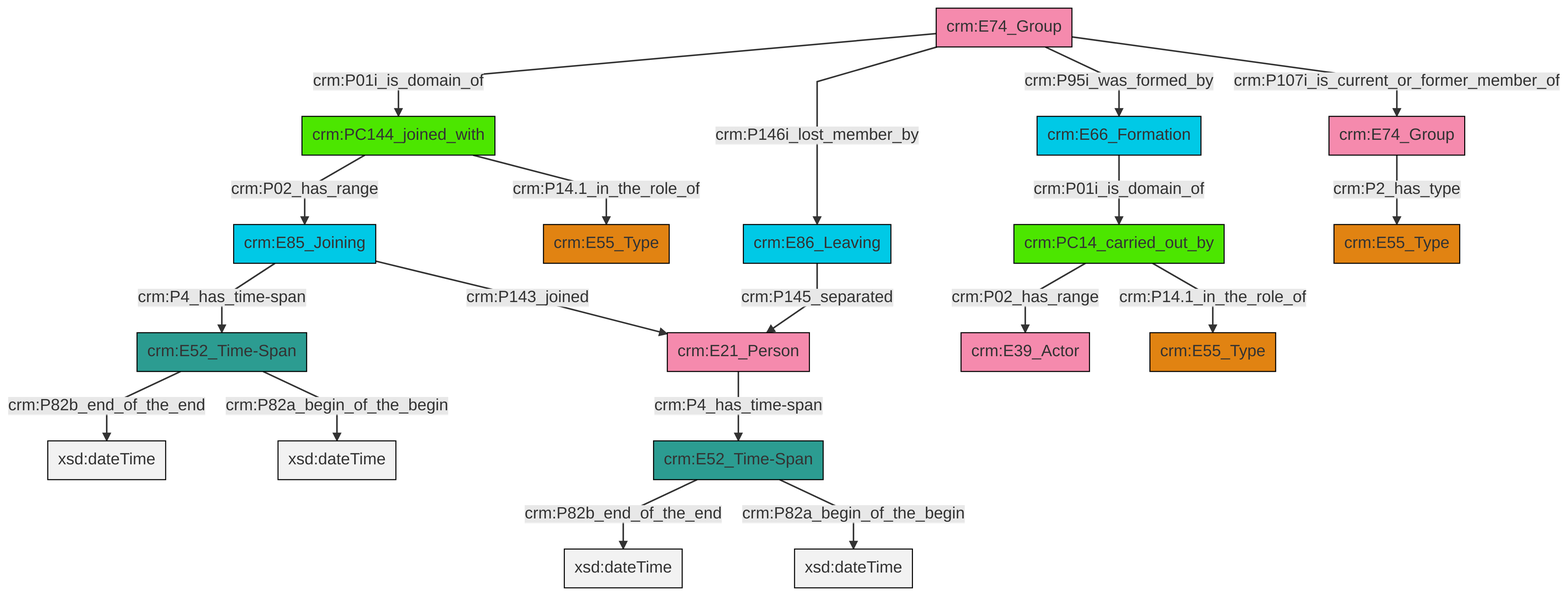
swiss-art-research-net/reference-data-models keeps this Mermaid diagram as et/groupCSV/ttl/mmd/png/group_actor_relations.png. Above is the earlier version. Its source is kept beside it as et/groupCSV/ttl/mmd/group_actor_relations.ttl.mmd.
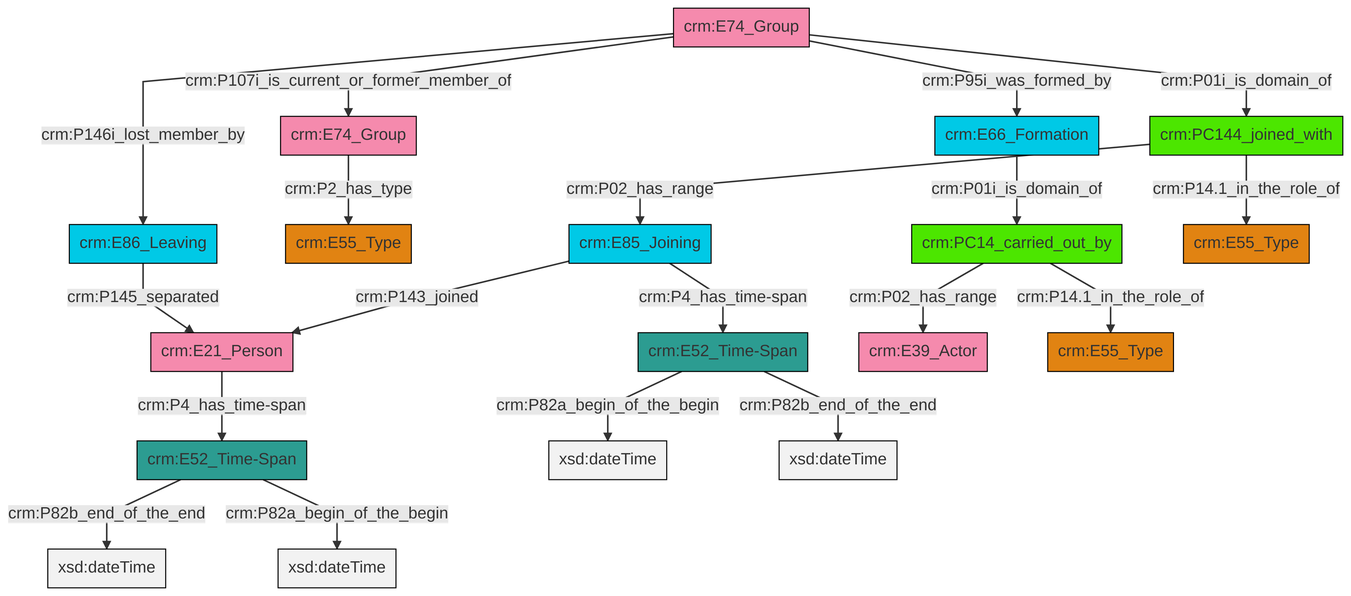
The same diagram one commit later.

Change to the diagram source:
```diff
@@ -13,21 +13,21 @@
 classDef PC_Classes fill:#4ce600, stroke:#000000;
 classDef Multi fill:#cccccc,stroke:#000000;
 
-0["crm:E74_Group"]:::Actor -->|crm:P01i_is_domain_of| 1["crm:PC144_joined_with"]:::PC_Classes
-0["crm:E74_Group"]:::Actor -->|crm:P146i_lost_member_by| 2["crm:E86_Leaving"]:::Temporal_Entity
-3["crm:E66_Formation"]:::Temporal_Entity -->|crm:P01i_is_domain_of| 7["crm:PC14_carried_out_by"]:::PC_Classes
-10["crm:E21_Person"]:::Actor -->|crm:P4_has_time-span| 11["crm:E52_Time-Span"]:::Time-Span
-2["crm:E86_Leaving"]:::Temporal_Entity -->|crm:P145_separated| 10["crm:E21_Person"]:::Actor
-18["crm:E52_Time-Span"]:::Time-Span -->|crm:P82b_end_of_the_end| 19[xsd:dateTime]:::Literal
-11["crm:E52_Time-Span"]:::Time-Span -->|crm:P82b_end_of_the_end| 20[xsd:dateTime]:::Literal
-0["crm:E74_Group"]:::Actor -->|crm:P95i_was_formed_by| 3["crm:E66_Formation"]:::Temporal_Entity
-22["crm:E74_Group"]:::Actor -->|crm:P2_has_type| 8["crm:E55_Type"]:::Type
-1["crm:PC144_joined_with"]:::PC_Classes -->|crm:P02_has_range| 13["crm:E85_Joining"]:::Temporal_Entity
-1["crm:PC144_joined_with"]:::PC_Classes -->|crm:P14.1_in_the_role_of| 16["crm:E55_Type"]:::Type
-13["crm:E85_Joining"]:::Temporal_Entity -->|crm:P4_has_time-span| 18["crm:E52_Time-Span"]:::Time-Span
-0["crm:E74_Group"]:::Actor -->|crm:P107i_is_current_or_former_member_of| 22["crm:E74_Group"]:::Actor
-7["crm:PC14_carried_out_by"]:::PC_Classes -->|crm:P02_has_range| 5["crm:E39_Actor"]:::Actor
-13["crm:E85_Joining"]:::Temporal_Entity -->|crm:P143_joined| 10["crm:E21_Person"]:::Actor
-18["crm:E52_Time-Span"]:::Time-Span -->|crm:P82a_begin_of_the_begin| 30[xsd:dateTime]:::Literal
-7["crm:PC14_carried_out_by"]:::PC_Classes -->|crm:P14.1_in_the_role_of| 25["crm:E55_Type"]:::Type
-11["crm:E52_Time-Span"]:::Time-Span -->|crm:P82a_begin_of_the_begin| 34[xsd:dateTime]:::Literal
+2["crm:E66_Formation"]:::Temporal_Entity -->|crm:P01i_is_domain_of| 3["crm:PC14_carried_out_by"]:::PC_Classes
+6["crm:E74_Group"]:::Actor -->|crm:P146i_lost_member_by| 7["crm:E86_Leaving"]:::Temporal_Entity
+7["crm:E86_Leaving"]:::Temporal_Entity -->|crm:P145_separated| 8["crm:E21_Person"]:::Actor
+9["crm:E74_Group"]:::Actor -->|crm:P2_has_type| 4["crm:E55_Type"]:::Type
+0["crm:E52_Time-Span"]:::Time-Span -->|crm:P82b_end_of_the_end| 10[xsd:dateTime]:::Literal
+11["crm:E52_Time-Span"]:::Time-Span -->|crm:P82a_begin_of_the_begin| 12[xsd:dateTime]:::Literal
+13["crm:E85_Joining"]:::Temporal_Entity -->|crm:P143_joined| 8["crm:E21_Person"]:::Actor
+11["crm:E52_Time-Span"]:::Time-Span -->|crm:P82b_end_of_the_end| 17[xsd:dateTime]:::Literal
+6["crm:E74_Group"]:::Actor -->|crm:P107i_is_current_or_former_member_of| 9["crm:E74_Group"]:::Actor
+6["crm:E74_Group"]:::Actor -->|crm:P95i_was_formed_by| 2["crm:E66_Formation"]:::Temporal_Entity
+8["crm:E21_Person"]:::Actor -->|crm:P4_has_time-span| 0["crm:E52_Time-Span"]:::Time-Span
+3["crm:PC14_carried_out_by"]:::PC_Classes -->|crm:P14.1_in_the_role_of| 23["crm:E55_Type"]:::Type
+15["crm:PC144_joined_with"]:::PC_Classes -->|crm:P14.1_in_the_role_of| 24["crm:E55_Type"]:::Type
+0["crm:E52_Time-Span"]:::Time-Span -->|crm:P82a_begin_of_the_begin| 25[xsd:dateTime]:::Literal
+3["crm:PC14_carried_out_by"]:::PC_Classes -->|crm:P02_has_range| 21["crm:E39_Actor"]:::Actor
+15["crm:PC144_joined_with"]:::PC_Classes -->|crm:P02_has_range| 13["crm:E85_Joining"]:::Temporal_Entity
+13["crm:E85_Joining"]:::Temporal_Entity -->|crm:P4_has_time-span| 11["crm:E52_Time-Span"]:::Time-Span
+6["crm:E74_Group"]:::Actor -->|crm:P01i_is_domain_of| 15["crm:PC144_joined_with"]:::PC_Classes
```
